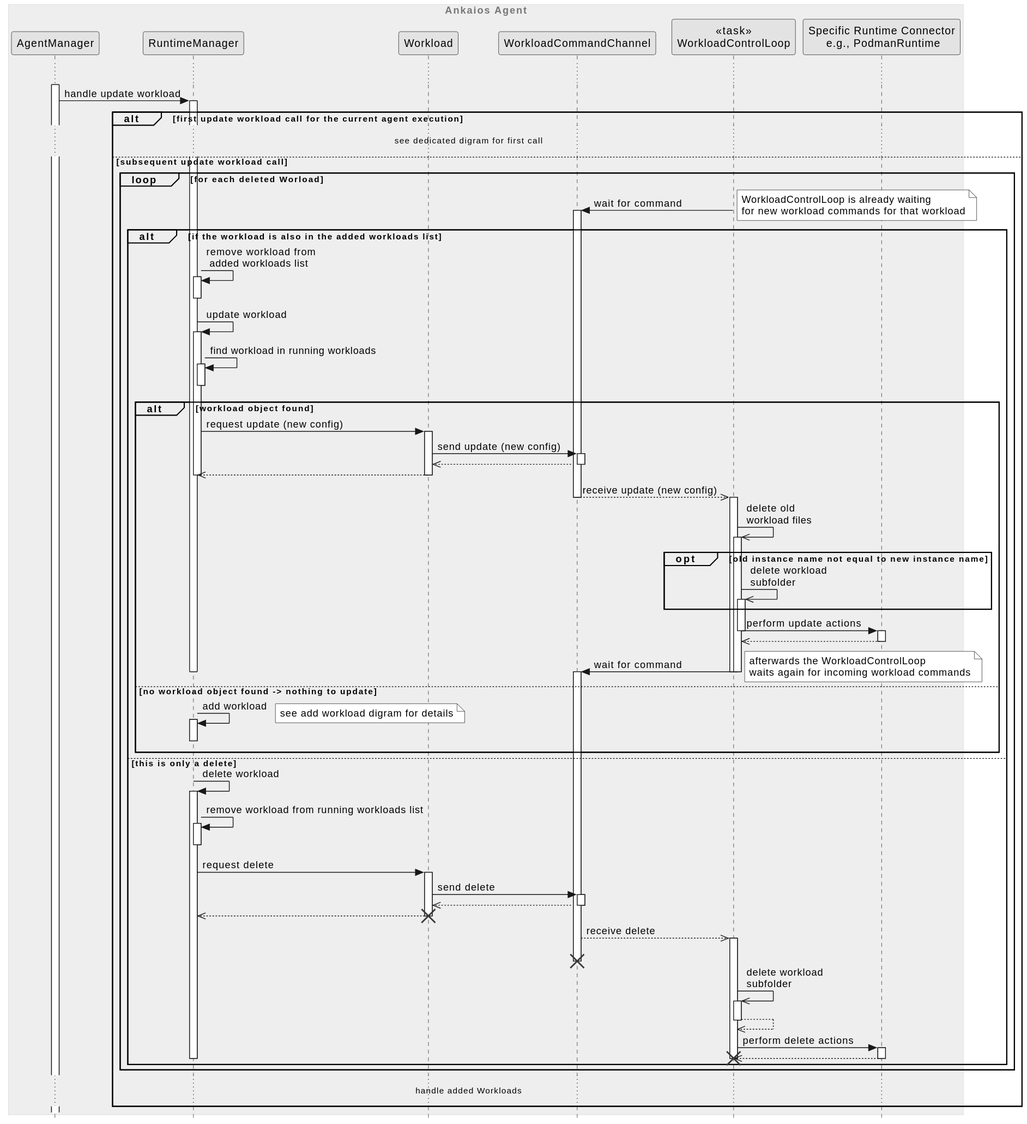
The PlantUML diagram agent/doc/swdesign/plantuml/seq_update_workload_subsequent_deleted.svg in eclipse-ankaios/ankaios, before a commit.
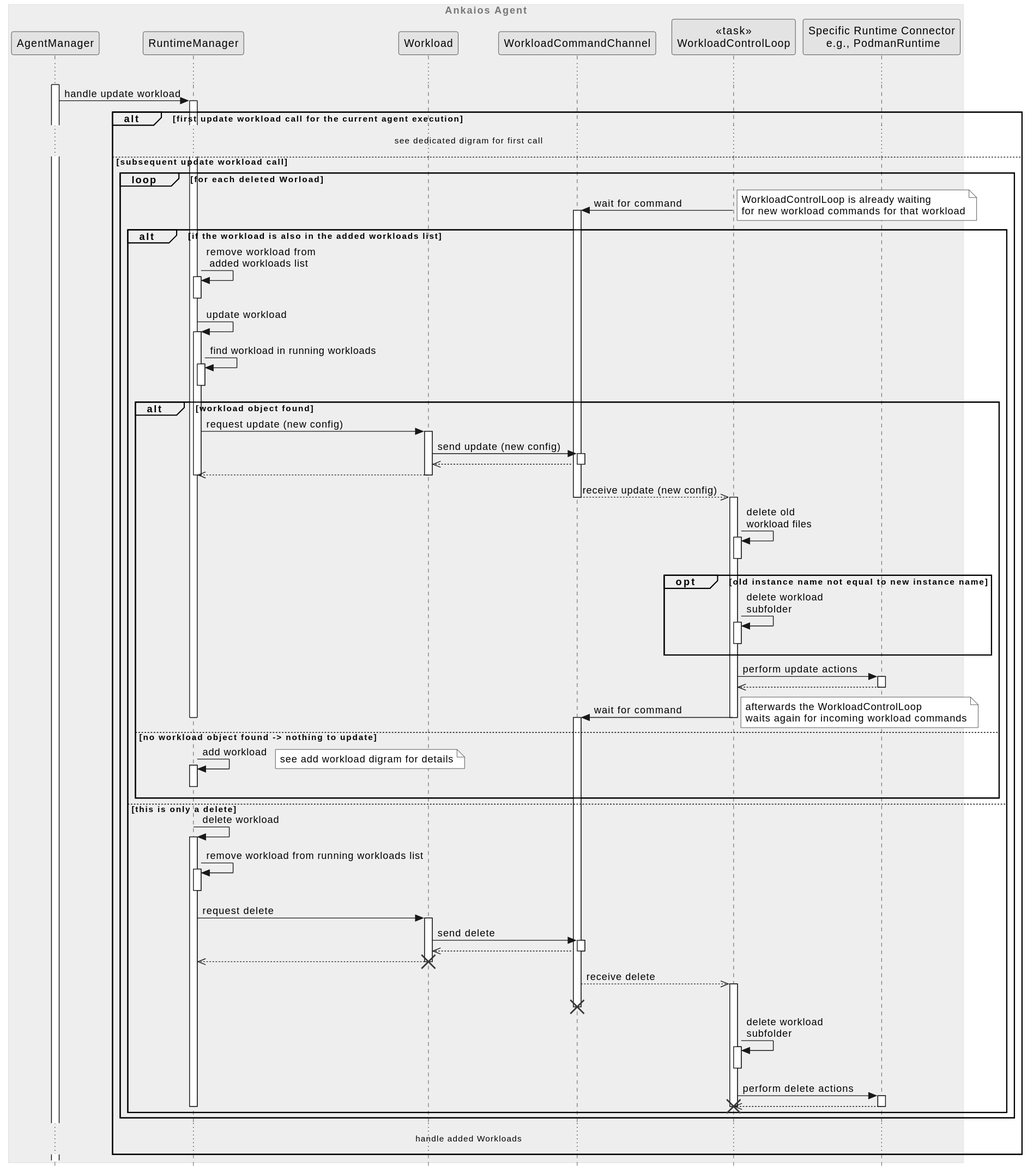
Later version of the same file.

What changed in the source:
```diff
@@ -38,11 +38,11 @@
                 deactivate workload
                 workload_command -->> workload_control_loop --++: receive update (new config)
                 deactivate workload_command
-                workload_control_loop ->> workload_control_loop++: delete old\nworkload files
+                workload_control_loop -> workload_control_loop++--: delete old\nworkload files
                 opt old instance name not equal to new instance name
-                    workload_control_loop ->> workload_control_loop++: delete workload\nsubfolder
+                    workload_control_loop -> workload_control_loop++--: delete workload\nsubfolder
                 end
-                workload_control_loop -> runtime --++: perform update actions
+                workload_control_loop -> runtime ++: perform update actions
                 runtime -->> workload_control_loop--
                 workload_control_loop -> workload_command --++: wait for command
                 note right
@@ -67,8 +67,7 @@
             destroy workload
             workload_command -->> workload_control_loop ++: receive delete
             destroy workload_command
-            workload_control_loop ->> workload_control_loop++: delete workload\nsubfolder
-            workload_control_loop -->> workload_control_loop--
+            workload_control_loop -> workload_control_loop++--: delete workload\nsubfolder
             workload_control_loop -> runtime++: perform delete actions
             runtime -->> workload_control_loop--
             destroy workload_control_loop
```
